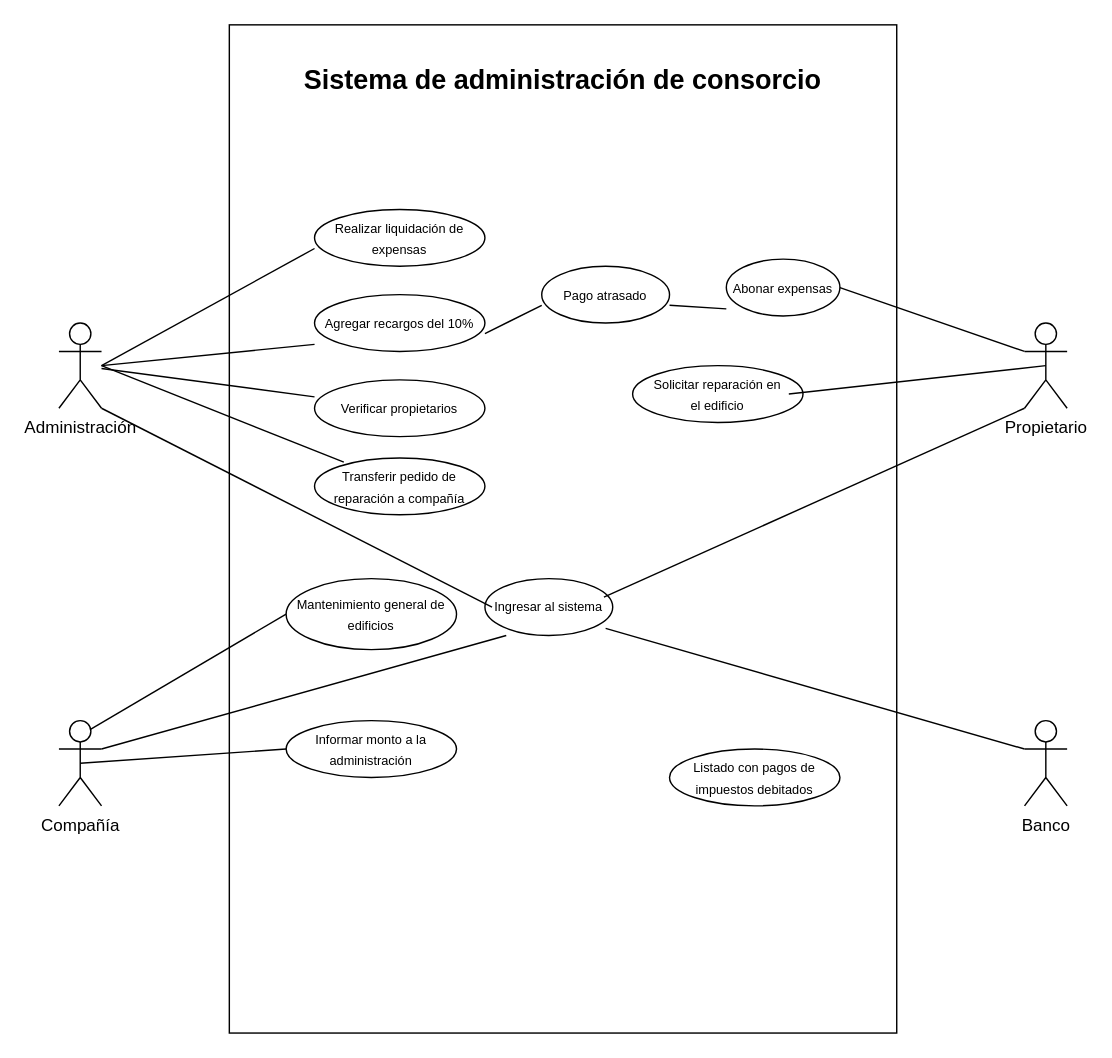
Earlier version of the draw.io diagram Diagrama sin título.drawio (LeandroCantero/diagramaDeUso). Source tidied: cells renumbered, new cells numbered last; positions are measured from the earlier drawing's top-left corner, leaving out a move shared by most shapes. Both pictures are drawn from the tidied source at 142%, with x=0, y=0 at pixel (58, 24).
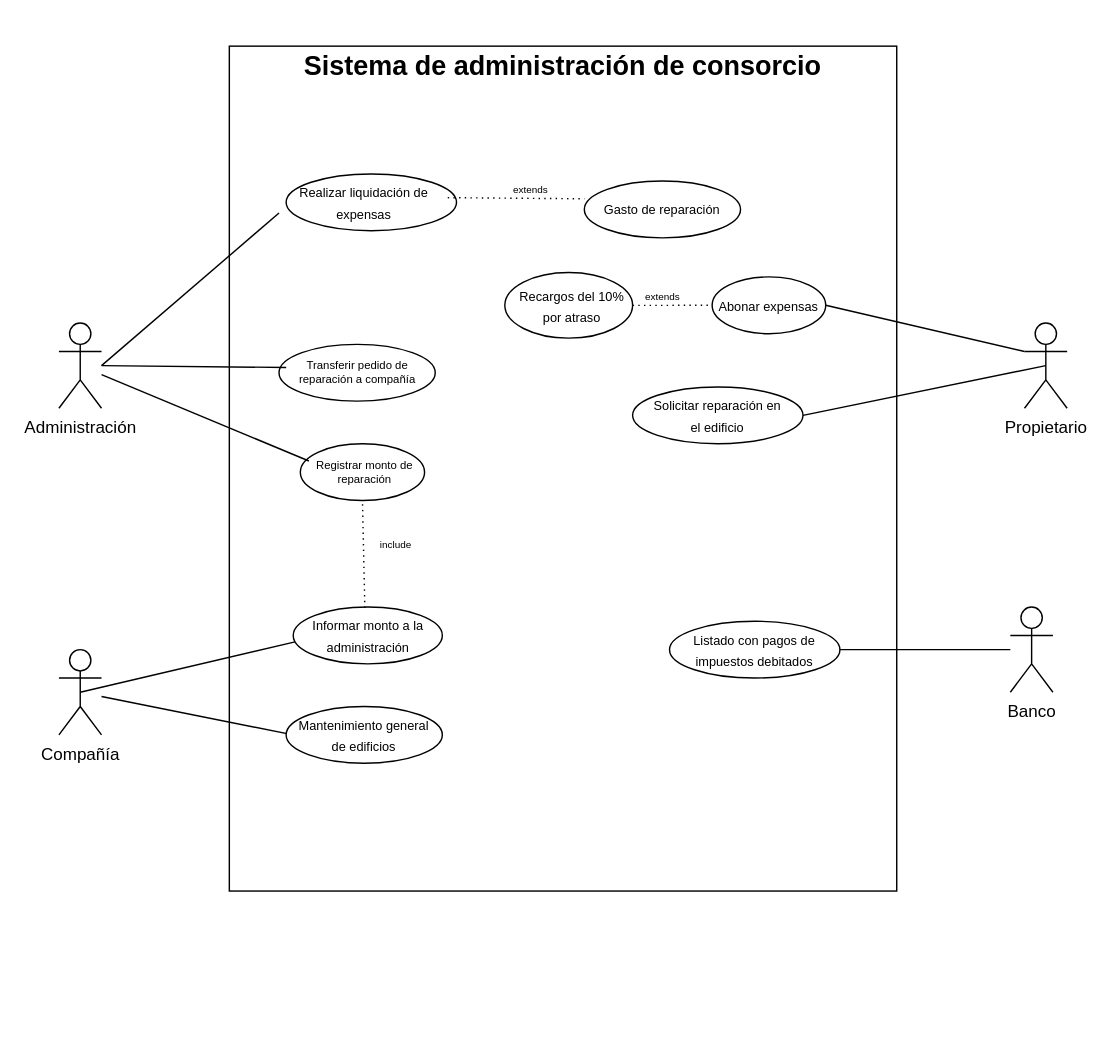
Above is the later version.

Unchanged cells that the change refers to:
```xml
<mxCell id="4" value="Administración" style="shape=umlActor;verticalLabelPosition=bottom;verticalAlign=top;html=1;outlineConnect=0;" parent="1" vertex="1">
  <mxGeometry y="210" width="30" height="60" as="geometry" />
</mxCell>
<mxCell id="17" value="&lt;div&gt;Propietario&lt;/div&gt;" style="shape=umlActor;verticalLabelPosition=bottom;verticalAlign=top;html=1;outlineConnect=0;" parent="1" vertex="1">
  <mxGeometry x="680" y="210" width="30" height="60" as="geometry" />
</mxCell>
<mxCell id="28" value="&lt;font style=&quot;font-size: 9px;&quot;&gt;Abonar expensas&lt;br&gt;&lt;/font&gt;" style="text;html=1;align=center;verticalAlign=middle;whiteSpace=wrap;rounded=0;" parent="26" vertex="1">
  <mxGeometry y="5" width="80" height="30" as="geometry" />
</mxCell>
<mxCell id="30" style="ellipse;whiteSpace=wrap;html=1;" parent="29" vertex="1">
  <mxGeometry width="120" height="40" as="geometry" />
</mxCell>
<mxCell id="31" value="&lt;font style=&quot;font-size: 9px;&quot;&gt;Solicitar reparación en el edificio&lt;font style=&quot;font-size: 9px;&quot;&gt;&lt;br&gt;&lt;/font&gt;&lt;/font&gt;" style="text;html=1;align=center;verticalAlign=middle;whiteSpace=wrap;rounded=0;" parent="29" vertex="1">
  <mxGeometry x="10" y="7.5" width="100" height="25" as="geometry" />
</mxCell>
<mxCell id="48" style="ellipse;whiteSpace=wrap;html=1;" parent="47" vertex="1">
  <mxGeometry width="120" height="40" as="geometry" />
</mxCell>
```

What changed in the source:
```diff
@@
     <mxCell id="2" style="rounded=0;whiteSpace=wrap;html=1;" parent="1" vertex="1">
-      <mxGeometry x="120" width="470" height="710" as="geometry" />
+      <mxGeometry x="120" y="15" width="470" height="595" as="geometry" />
     </mxCell>
     <mxCell id="3" value="&lt;font style=&quot;font-size: 19px;&quot;&gt;&lt;b&gt;Sistema de administración de consorcio&lt;/b&gt;&lt;/font&gt;" style="text;html=1;align=center;verticalAlign=middle;whiteSpace=wrap;rounded=0;" parent="1" vertex="1">
-      <mxGeometry x="120" width="470" height="80" as="geometry" />
+      <mxGeometry x="120" width="470" height="60" as="geometry" />
     </mxCell>
@@
     <mxCell id="5" style="ellipse;whiteSpace=wrap;html=1;" parent="1" vertex="1">
-      <mxGeometry x="180" y="130" width="120" height="40" as="geometry" />
+      <mxGeometry x="160" y="105" width="120" height="40" as="geometry" />
     </mxCell>
     <mxCell id="6" value="&lt;font style=&quot;font-size: 9px;&quot;&gt;Realizar liquidación de expensas&lt;/font&gt;" style="text;html=1;align=center;verticalAlign=middle;whiteSpace=wrap;rounded=0;" parent="1" vertex="1">
-      <mxGeometry x="180" y="135" width="120" height="30" as="geometry" />
+      <mxGeometry x="155" y="110" width="120" height="30" as="geometry" />
     </mxCell>
     <mxCell id="7" style="ellipse;whiteSpace=wrap;html=1;" parent="1" vertex="1">
-      <mxGeometry x="180" y="190" width="120" height="40" as="geometry" />
+      <mxGeometry x="314" y="174.4" width="90" height="46.2" as="geometry" />
     </mxCell>
-    <mxCell id="8" value="&lt;font style=&quot;font-size: 9px;&quot;&gt;Agregar recargos del 10%&lt;br&gt;&lt;/font&gt;" style="text;html=1;align=center;verticalAlign=middle;whiteSpace=wrap;rounded=0;" parent="1" vertex="1">
-      <mxGeometry x="180" y="195" width="120" height="30" as="geometry" />
+    <mxCell id="8" value="&lt;font style=&quot;font-size: 9px;&quot;&gt;Recargos del 10% por atraso&lt;br&gt;&lt;/font&gt;" style="text;html=1;align=center;verticalAlign=middle;whiteSpace=wrap;rounded=0;" parent="1" vertex="1">
+      <mxGeometry x="319" y="178.8" width="85" height="37.5" as="geometry" />
     </mxCell>
-    <mxCell id="9" style="ellipse;whiteSpace=wrap;html=1;" parent="1" vertex="1">
-      <mxGeometry x="180" y="250" width="120" height="40" as="geometry" />
-    </mxCell>
-    <mxCell id="10" value="&lt;font style=&quot;font-size: 9px;&quot;&gt;Verificar propietarios&lt;/font&gt;" style="text;html=1;align=center;verticalAlign=middle;whiteSpace=wrap;rounded=0;" parent="1" vertex="1">
-      <mxGeometry x="180" y="255" width="120" height="30" as="geometry" />
-    </mxCell>
     <mxCell id="11" style="ellipse;whiteSpace=wrap;html=1;" parent="1" vertex="1">
-      <mxGeometry x="180" y="305" width="120" height="40" as="geometry" />
+      <mxGeometry x="155" y="225" width="110" height="40" as="geometry" />
     </mxCell>
-    <mxCell id="12" value="&lt;font style=&quot;font-size: 9px;&quot;&gt;Transferir pedido de reparación a compañía&lt;br&gt;&lt;/font&gt;" style="text;html=1;align=center;verticalAlign=middle;whiteSpace=wrap;rounded=0;" parent="1" vertex="1">
-      <mxGeometry x="180" y="310" width="120" height="30" as="geometry" />
+    <mxCell id="12" value="&lt;font style=&quot;font-size: 8px;&quot;&gt;Transferir pedido de reparación a compañía&lt;br style=&quot;font-size: 8px;&quot;&gt;&lt;/font&gt;" style="text;html=1;align=center;verticalAlign=middle;whiteSpace=wrap;rounded=0;fontSize=8;" parent="1" vertex="1">
+      <mxGeometry x="162.5" y="230" width="95" height="30" as="geometry" />
     </mxCell>
@@
-    <mxCell id="14" style="endArrow=none;html=1;rounded=0;entryX=0;entryY=1;entryDx=0;entryDy=0;" parent="1" edge="1" target="8">
-      <mxGeometry relative="1" as="geometry">
-        <mxPoint x="30" y="240" as="sourcePoint" />
-      </mxGeometry>
-    </mxCell>
-    <mxCell id="15" style="endArrow=none;html=1;rounded=0;" parent="1" edge="1" source="4" target="10">
-      <mxGeometry relative="1" as="geometry" />
-    </mxCell>
-    <mxCell id="16" style="endArrow=none;html=1;rounded=0;entryX=0.172;entryY=-0.067;entryDx=0;entryDy=0;entryPerimeter=0;" parent="1" edge="1" target="12">
+    <mxCell id="16" style="endArrow=none;html=1;rounded=0;entryX=-0.026;entryY=0.376;entryDx=0;entryDy=0;entryPerimeter=0;" parent="1" edge="1" target="12">
       <mxGeometry relative="1" as="geometry">
         <mxPoint x="30" y="240" as="sourcePoint" />
       </mxGeometry>
     </mxCell>
@@
     <mxCell id="18" value="Compañía" style="shape=umlActor;verticalLabelPosition=bottom;verticalAlign=top;html=1;outlineConnect=0;" parent="1" vertex="1">
-      <mxGeometry y="490" width="30" height="60" as="geometry" />
+      <mxGeometry y="440" width="30" height="60" as="geometry" />
     </mxCell>
     <mxCell id="19" value="Banco" style="shape=umlActor;verticalLabelPosition=bottom;verticalAlign=top;html=1;outlineConnect=0;" parent="1" vertex="1">
-      <mxGeometry x="680" y="490" width="30" height="60" as="geometry" />
+      <mxGeometry x="670" y="410" width="30" height="60" as="geometry" />
     </mxCell>
-    <mxCell id="20" style="ellipse;whiteSpace=wrap;html=1;" parent="1" vertex="1">
-      <mxGeometry x="300" y="390" width="90" height="40" as="geometry" />
-    </mxCell>
-    <mxCell id="21" value="Ingresar al sistema" style="text;html=1;align=center;verticalAlign=middle;whiteSpace=wrap;rounded=0;fontSize=9;" parent="1" vertex="1">
-      <mxGeometry x="305" y="395" width="80" height="30" as="geometry" />
-    </mxCell>
-    <mxCell id="22" style="endArrow=none;html=1;rounded=0;entryX=0;entryY=0.5;entryDx=0;entryDy=0;exitX=1;exitY=1;exitDx=0;exitDy=0;exitPerimeter=0;" parent="1" edge="1" source="4" target="21">
-      <mxGeometry relative="1" as="geometry" />
-    </mxCell>
-    <mxCell id="23" style="endArrow=none;html=1;rounded=0;entryX=0;entryY=1;entryDx=0;entryDy=0;exitX=1;exitY=0.3333333333333333;exitDx=0;exitDy=0;exitPerimeter=0;" parent="1" edge="1" source="18">
-      <mxGeometry relative="1" as="geometry">
-        <mxPoint x="315" y="430" as="targetPoint" />
-      </mxGeometry>
-    </mxCell>
-    <mxCell id="24" style="endArrow=none;html=1;rounded=0;entryX=0;entryY=1;entryDx=0;entryDy=0;exitX=0.931;exitY=0.325;exitDx=0;exitDy=0;exitPerimeter=0;entryPerimeter=0;" parent="1" edge="1" source="20" target="17">
-      <mxGeometry relative="1" as="geometry" />
-    </mxCell>
-    <mxCell id="25" style="endArrow=none;html=1;rounded=0;entryX=0;entryY=0.3333333333333333;entryDx=0;entryDy=0;exitX=1;exitY=1;exitDx=0;exitDy=0;entryPerimeter=0;" parent="1" edge="1" source="21" target="19">
-      <mxGeometry relative="1" as="geometry" />
-    </mxCell>
     <mxCell id="26" style="group;" parent="1" vertex="1">
-      <mxGeometry x="470" y="165" width="80" height="40" as="geometry" />
+      <mxGeometry x="460" y="177.5" width="80" height="40" as="geometry" />
     </mxCell>
@@
     <mxCell id="29" style="group;" parent="1" vertex="1">
-      <mxGeometry x="404" y="240" width="120" height="40" as="geometry" />
+      <mxGeometry x="404" y="255" width="120" height="40" as="geometry" />
     </mxCell>
@@
-    <mxCell id="33" style="endArrow=none;html=1;rounded=0;entryX=0.5;entryY=0.5;entryDx=0;entryDy=0;entryPerimeter=0;exitX=1;exitY=0.5;exitDx=0;exitDy=0;" parent="1" edge="1" source="31" target="17">
+    <mxCell id="33" style="endArrow=none;html=1;rounded=0;entryX=0.5;entryY=0.5;entryDx=0;entryDy=0;entryPerimeter=0;exitX=1;exitY=0.5;exitDx=0;exitDy=0;" parent="1" edge="1" source="30" target="17">
       <mxGeometry relative="1" as="geometry" />
     </mxCell>
-    <mxCell id="34" style="endArrow=none;html=1;rounded=0;exitX=0.75;exitY=0.1;exitDx=0;exitDy=0;exitPerimeter=0;entryX=0;entryY=0.5;entryDx=0;entryDy=0;" parent="1" edge="1" source="18" target="37">
+    <mxCell id="34" style="endArrow=none;html=1;rounded=0;entryX=0;entryY=0.5;entryDx=0;entryDy=0;" parent="1" edge="1" source="18" target="37">
       <mxGeometry relative="1" as="geometry" />
     </mxCell>
     <mxCell id="35" style="group;" parent="1" vertex="1">
-      <mxGeometry x="160" y="390" width="120" height="50" as="geometry" />
+      <mxGeometry x="160" y="480" width="110" height="40" as="geometry" />
     </mxCell>
     <mxCell id="36" style="ellipse;whiteSpace=wrap;html=1;" parent="35" vertex="1">
-      <mxGeometry width="120" height="50" as="geometry" />
+      <mxGeometry width="110" height="40" as="geometry" />
     </mxCell>
     <mxCell id="37" value="&lt;font style=&quot;font-size: 9px;&quot;&gt;Mantenimiento general de edificios&lt;/font&gt;" style="text;html=1;align=center;verticalAlign=middle;whiteSpace=wrap;rounded=0;" parent="35" vertex="1">
-      <mxGeometry y="6.2" width="120" height="37.5" as="geometry" />
+      <mxGeometry x="5" y="5" width="100" height="30" as="geometry" />
     </mxCell>
     <mxCell id="38" style="group;" parent="1" vertex="1">
-      <mxGeometry x="160" y="490" width="120" height="40" as="geometry" />
+      <mxGeometry x="165" y="410" width="105" height="40" as="geometry" />
     </mxCell>
     <mxCell id="39" style="ellipse;whiteSpace=wrap;html=1;" parent="38" vertex="1">
-      <mxGeometry width="120" height="40" as="geometry" />
+      <mxGeometry width="105" height="40" as="geometry" />
     </mxCell>
     <mxCell id="40" value="&lt;font style=&quot;font-size: 9px;&quot;&gt;Informar monto a la administración&lt;/font&gt;" style="text;html=1;align=center;verticalAlign=middle;whiteSpace=wrap;rounded=0;" parent="38" vertex="1">
-      <mxGeometry y="5" width="120" height="30" as="geometry" />
+      <mxGeometry x="7.5" y="5" width="90" height="30" as="geometry" />
     </mxCell>
-    <mxCell id="41" style="endArrow=none;html=1;rounded=0;exitX=0.5;exitY=0.5;exitDx=0;exitDy=0;exitPerimeter=0;entryX=0;entryY=0.5;entryDx=0;entryDy=0;" parent="1" edge="1" source="18" target="40">
+    <mxCell id="41" style="endArrow=none;html=1;rounded=0;exitX=0.5;exitY=0.5;exitDx=0;exitDy=0;exitPerimeter=0;entryX=0.012;entryY=0.614;entryDx=0;entryDy=0;entryPerimeter=0;" parent="1" edge="1" source="18" target="39">
       <mxGeometry relative="1" as="geometry" />
     </mxCell>
-    <mxCell id="42" style="group;" parent="1" vertex="1">
-      <mxGeometry x="340" y="170" width="90" height="40" as="geometry" />
-    </mxCell>
-    <mxCell id="43" style="ellipse;whiteSpace=wrap;html=1;" parent="42" vertex="1">
-      <mxGeometry width="90" height="40" as="geometry" />
-    </mxCell>
-    <mxCell id="44" value="&lt;font style=&quot;font-size: 9px;&quot;&gt;Pago atrasado&lt;br&gt;&lt;/font&gt;" style="text;html=1;align=center;verticalAlign=middle;whiteSpace=wrap;rounded=0;" parent="42" vertex="1">
-      <mxGeometry y="5" width="90" height="30" as="geometry" />
-    </mxCell>
-    <mxCell id="45" style="endArrow=none;html=1;rounded=0;exitX=1;exitY=0.75;exitDx=0;exitDy=0;entryX=0;entryY=0.75;entryDx=0;entryDy=0;" parent="1" edge="1" source="8" target="44">
-      <mxGeometry relative="1" as="geometry" />
-    </mxCell>
-    <mxCell id="46" style="endArrow=none;html=1;rounded=0;exitX=1;exitY=0.75;exitDx=0;exitDy=0;entryX=0;entryY=1;entryDx=0;entryDy=0;" parent="1" edge="1" source="44" target="28">
-      <mxGeometry relative="1" as="geometry" />
-    </mxCell>
     <mxCell id="47" style="group;" parent="1" vertex="1">
-      <mxGeometry x="430" y="510" width="120" height="40" as="geometry" />
+      <mxGeometry x="430" y="420" width="120" height="40" as="geometry" />
     </mxCell>
@@
+    <mxCell id="50" style="group;" parent="1" vertex="1">
+      <mxGeometry x="370" y="110" width="110" height="40" as="geometry" />
+    </mxCell>
+    <mxCell id="51" style="ellipse;whiteSpace=wrap;html=1;" parent="50" vertex="1">
+      <mxGeometry width="110" height="40" as="geometry" />
+    </mxCell>
+    <mxCell id="52" value="&lt;font style=&quot;font-size: 9px;&quot;&gt;Gasto de reparación&lt;br&gt;&lt;/font&gt;" style="text;html=1;align=center;verticalAlign=middle;whiteSpace=wrap;rounded=0;" parent="50" vertex="1">
+      <mxGeometry y="5" width="110" height="30" as="geometry" />
+    </mxCell>
+    <mxCell id="53" style="group;" parent="1" vertex="1">
+      <mxGeometry x="305" y="110" width="55" height="10" as="geometry" />
+    </mxCell>
+    <mxCell id="54" style="endArrow=none;dashed=1;html=1;dashPattern=1 3;strokeWidth=1;rounded=0;exitX=0.99;exitY=0.39;exitDx=0;exitDy=0;exitPerimeter=0;entryX=0;entryY=0.25;entryDx=0;entryDy=0;spacing=1;jumpSize=3;" parent="53" edge="1" source="6" target="52">
+      <mxGeometry relative="1" as="geometry" />
+    </mxCell>
+    <mxCell id="55" value="&lt;font style=&quot;font-size: 7px;&quot;&gt;extends&lt;/font&gt;" style="text;html=1;align=center;verticalAlign=middle;whiteSpace=wrap;rounded=0;" parent="53" vertex="1">
+      <mxGeometry width="55" height="10" as="geometry" />
+    </mxCell>
+    <mxCell id="56" style="endArrow=none;html=1;rounded=0;exitX=1;exitY=0.5;exitDx=0;exitDy=0;" parent="1" edge="1" source="48" target="19">
+      <mxGeometry relative="1" as="geometry" />
+    </mxCell>
+    <mxCell id="57" style="group;" parent="1" vertex="1">
+      <mxGeometry x="397.5" y="185" width="55" height="10" as="geometry" />
+    </mxCell>
+    <mxCell id="58" value="&lt;font style=&quot;font-size: 7px;&quot;&gt;extends&lt;/font&gt;" style="text;html=1;align=center;verticalAlign=middle;whiteSpace=wrap;rounded=0;" parent="57" vertex="1">
+      <mxGeometry width="55" height="10" as="geometry" />
+    </mxCell>
+    <mxCell id="59" style="endArrow=none;dashed=1;html=1;dashPattern=1 3;strokeWidth=1;rounded=0;exitX=1;exitY=0.5;exitDx=0;exitDy=0;entryX=0;entryY=0.5;entryDx=0;entryDy=0;spacing=1;jumpSize=3;" parent="1" edge="1" source="8" target="28">
+      <mxGeometry relative="1" as="geometry" />
+    </mxCell>
+    <mxCell id="60" style="endArrow=none;html=1;rounded=0;entryX=0.069;entryY=0.304;entryDx=0;entryDy=0;entryPerimeter=0;" parent="1" edge="1" source="4" target="61">
+      <mxGeometry relative="1" as="geometry" />
+    </mxCell>
+    <mxCell id="61" style="ellipse;whiteSpace=wrap;html=1;verticalAlign=middle;fillColor=none;" parent="1" vertex="1">
+      <mxGeometry x="170" y="295" width="87.5" height="40" as="geometry" />
+    </mxCell>
+    <mxCell id="62" value="&lt;font style=&quot;font-size: 8px;&quot;&gt;Registrar monto de reparación&lt;br style=&quot;font-size: 8px;&quot;&gt;&lt;/font&gt;" style="text;html=1;align=center;verticalAlign=middle;whiteSpace=wrap;rounded=0;fontSize=8;" parent="1" vertex="1">
+      <mxGeometry x="167.5" y="300" width="95" height="30" as="geometry" />
+    </mxCell>
+    <mxCell id="63" style="endArrow=none;dashed=1;html=1;dashPattern=1 3;strokeWidth=1;rounded=0;entryX=0.5;entryY=1;entryDx=0;entryDy=0;exitX=0.477;exitY=-0.148;exitDx=0;exitDy=0;exitPerimeter=0;" parent="1" edge="1" source="40" target="61">
+      <mxGeometry relative="1" as="geometry" />
+    </mxCell>
+    <mxCell id="64" style="group;" parent="1" vertex="1">
+      <mxGeometry x="210" y="360" width="55" height="10" as="geometry" />
+    </mxCell>
+    <mxCell id="65" value="&lt;font style=&quot;font-size: 7px;&quot;&gt;include&lt;/font&gt;" style="text;html=1;align=center;verticalAlign=middle;whiteSpace=wrap;rounded=0;" parent="64" vertex="1">
+      <mxGeometry width="55" height="10" as="geometry" />
+    </mxCell>
```
